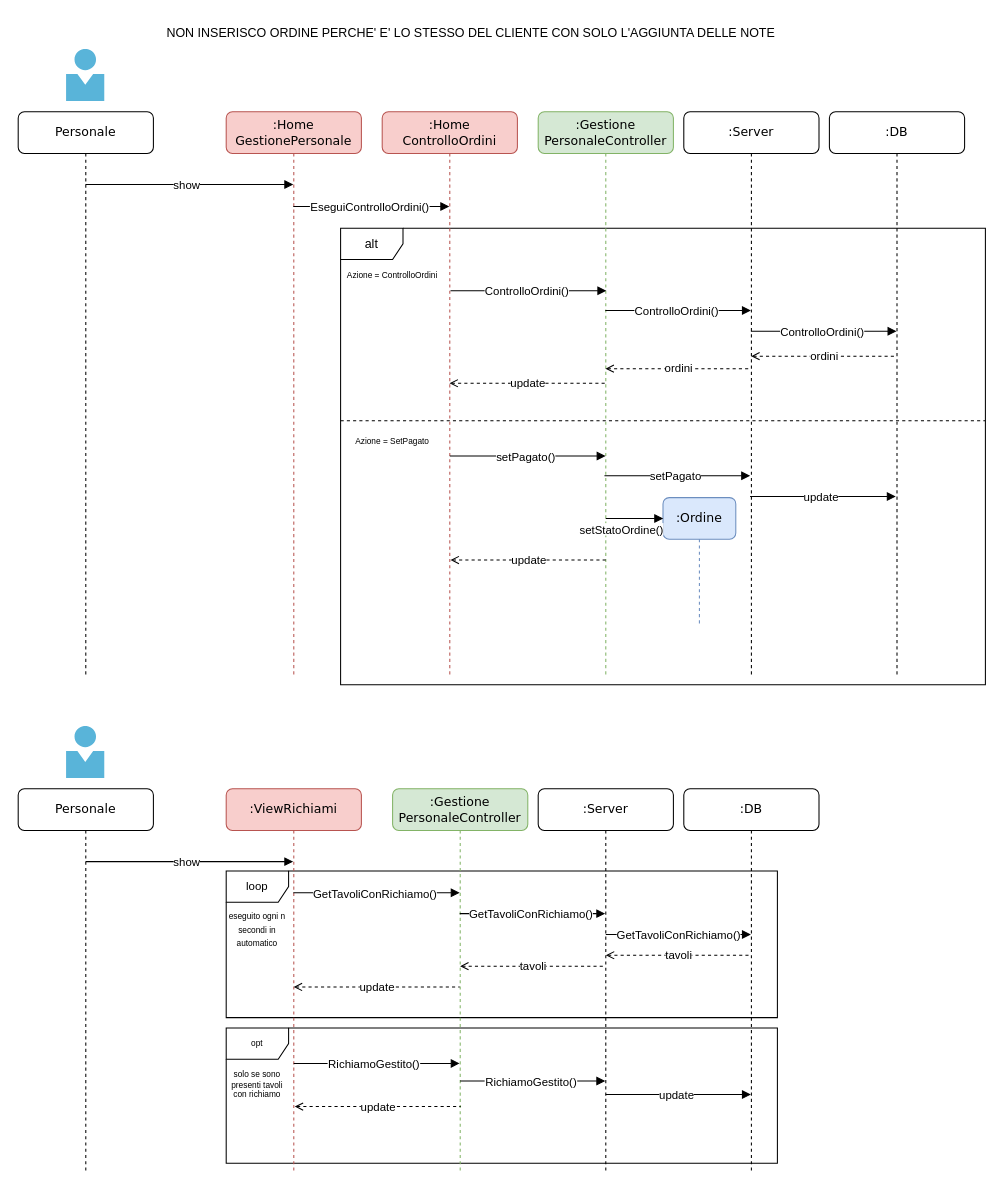
Earlier version of the draw.io diagram page "Personale" (6 of 7) of progettazione/dettaglio/dettaglioSequenza.drawio (Marco-Burattoni/Progetto-ids). Source tidied: cells renumbered, new cells numbered last; positions are measured from the earlier drawing's top-left corner, leaving out a move shared by most shapes. Both pictures are drawn from the tidied source at 104%, with x=0, y=0 at pixel (18, 18).
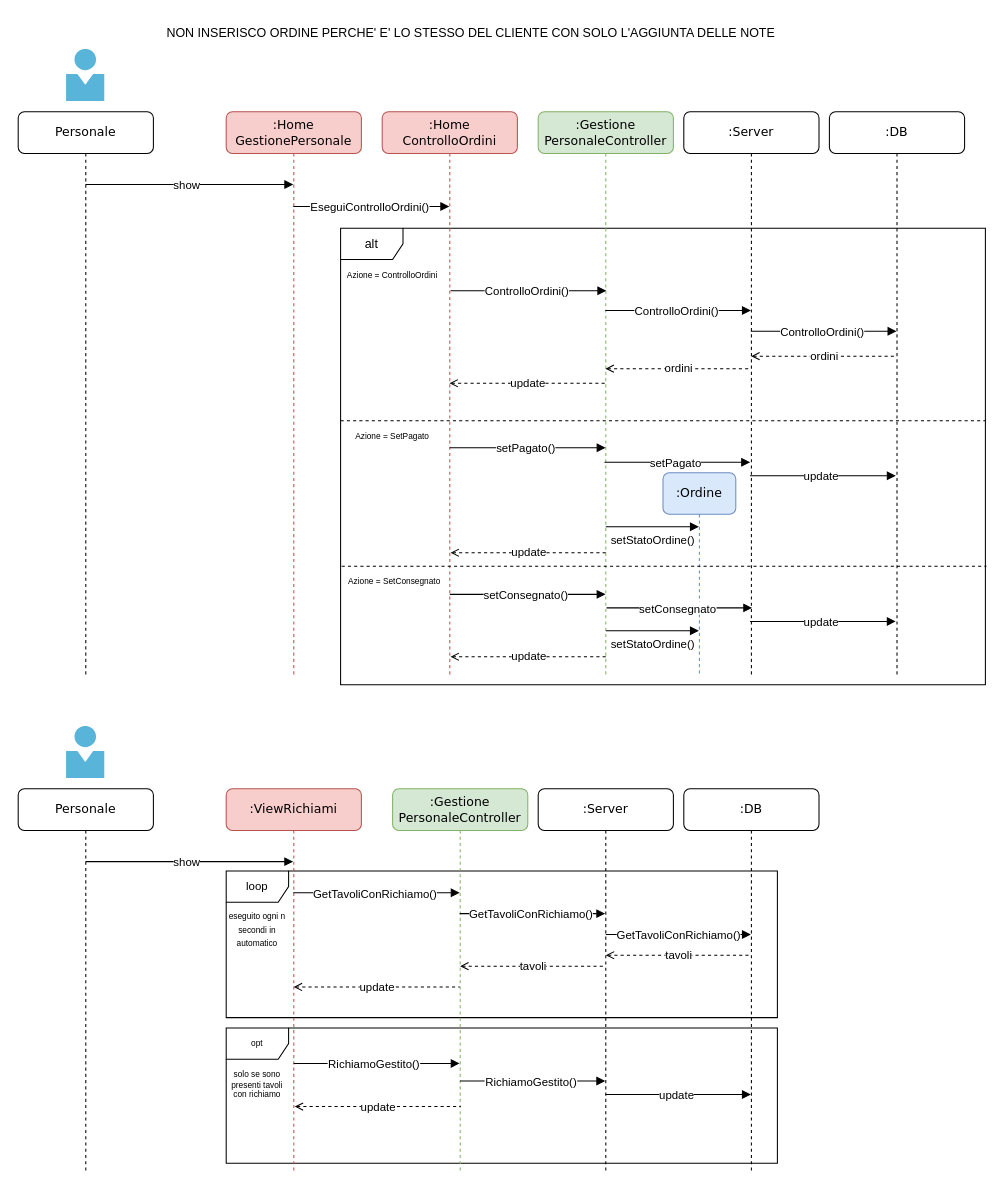
After the change.

The change refers to these unchanged cells:
```xml
<mxCell id="12" value=":Gestione&lt;br&gt;PersonaleController" style="shape=umlLifeline;perimeter=lifelinePerimeter;whiteSpace=wrap;html=1;outlineConnect=0;rounded=1;shadow=0;comic=0;labelBackgroundColor=none;strokeWidth=1;fontFamily=Verdana;fontSize=12;align=center;size=40;fillColor=#d5e8d4;strokeColor=#82b366;" parent="1" vertex="1">
  <mxGeometry x="500" y="90" width="130" height="541" as="geometry" />
</mxCell>
```

The edit, as a diff of the source:
```diff
@@
     <mxCell id="13" value="&lt;font face=&quot;Helvetica&quot;&gt;&lt;span style=&quot;font-size: 11px; background-color: rgb(255, 255, 255);&quot;&gt;setPagato()&lt;/span&gt;&lt;/font&gt;" style="html=1;verticalAlign=bottom;endArrow=block;labelBackgroundColor=none;fontFamily=Verdana;fontSize=12;elbow=vertical;rounded=0;" parent="12" edge="1">
       <mxGeometry x="-0.03" y="-10" relative="1" as="geometry">
-        <mxPoint x="-85" y="331" as="sourcePoint" />
-        <mxPoint x="64.8" y="331" as="targetPoint" />
+        <mxPoint x="-85" y="323" as="sourcePoint" />
+        <mxPoint x="64.8" y="323" as="targetPoint" />
         <Array as="points">
-          <mxPoint x="15.5" y="331" />
+          <mxPoint x="15.5" y="323" />
         </Array>
       </mxGeometry>
     </mxCell>
     <mxCell id="14" value="&lt;font style=&quot;font-size: 11px; background-color: rgb(255, 255, 255);&quot; face=&quot;Helvetica&quot;&gt;setPagato&lt;/font&gt;" style="html=1;verticalAlign=bottom;endArrow=block;labelBackgroundColor=none;fontFamily=Verdana;fontSize=12;elbow=vertical;rounded=0;" parent="12" edge="1">
       <mxGeometry x="-0.03" y="-10" relative="1" as="geometry">
-        <mxPoint x="63.7" y="350" as="sourcePoint" />
-        <mxPoint x="203.8" y="350" as="targetPoint" />
+        <mxPoint x="63.7" y="337" as="sourcePoint" />
+        <mxPoint x="203.8" y="337" as="targetPoint" />
         <Array as="points">
-          <mxPoint x="159.9" y="350" />
+          <mxPoint x="159.9" y="337" />
         </Array>
       </mxGeometry>
     </mxCell>
     <mxCell id="15" value="&lt;font face=&quot;Helvetica&quot;&gt;&lt;span style=&quot;font-size: 11px; background-color: rgb(255, 255, 255);&quot;&gt;update&lt;/span&gt;&lt;/font&gt;" style="html=1;verticalAlign=bottom;endArrow=block;labelBackgroundColor=none;fontFamily=Verdana;fontSize=12;elbow=vertical;rounded=0;" parent="12" edge="1">
       <mxGeometry x="-0.03" y="-10" relative="1" as="geometry">
-        <mxPoint x="203.7" y="370" as="sourcePoint" />
-        <mxPoint x="343.8" y="370" as="targetPoint" />
+        <mxPoint x="203.7" y="350" as="sourcePoint" />
+        <mxPoint x="343.8" y="350" as="targetPoint" />
         <Array as="points">
-          <mxPoint x="295.2" y="370" />
+          <mxPoint x="295.2" y="350" />
         </Array>
       </mxGeometry>
     </mxCell>
@@
     <mxCell id="26" value="&lt;font style=&quot;font-size: 8px;&quot;&gt;Azione = SetPagato&lt;/font&gt;" style="text;html=1;strokeColor=none;fillColor=none;align=center;verticalAlign=middle;whiteSpace=wrap;rounded=0;" parent="1" vertex="1">
-      <mxGeometry x="310" y="391" width="100" height="30" as="geometry" />
+      <mxGeometry x="310" y="386" width="100" height="30" as="geometry" />
     </mxCell>
@@
     <mxCell id="45" value=":Ordine" style="shape=umlLifeline;perimeter=lifelinePerimeter;whiteSpace=wrap;html=1;rounded=1;shadow=0;comic=0;labelBackgroundColor=none;strokeWidth=1;fontFamily=Verdana;fontSize=12;align=center;size=40;fillColor=#dae8fc;strokeColor=#6c8ebf;" parent="1" vertex="1">
-      <mxGeometry x="620" y="461" width="70" height="121" as="geometry" />
+      <mxGeometry x="620" y="437" width="70" height="194" as="geometry" />
     </mxCell>
     <mxCell id="46" value="&lt;font style=&quot;font-size: 11px; background-color: rgb(255, 255, 255);&quot; face=&quot;Helvetica&quot;&gt;setStatoOrdine()&lt;/font&gt;" style="html=1;verticalAlign=bottom;endArrow=block;labelBackgroundColor=none;fontFamily=Verdana;fontSize=12;elbow=vertical;rounded=0;" parent="1" edge="1">
-      <mxGeometry x="-0.46" y="-20" relative="1" as="geometry">
-        <mxPoint x="565" y="481" as="sourcePoint" />
-        <mxPoint x="620.2" y="481" as="targetPoint" />
+      <mxGeometry x="0.01" y="-22" relative="1" as="geometry">
+        <mxPoint x="565" y="489" as="sourcePoint" />
+        <mxPoint x="654.5" y="489" as="targetPoint" />
       </mxGeometry>
     </mxCell>
     <mxCell id="47" value="&lt;font style=&quot;font-size: 11px;&quot;&gt;update&lt;/font&gt;" style="endArrow=none;dashed=1;html=1;rounded=0;fontSize=8;startArrow=open;startFill=0;" parent="1" edge="1">
       <mxGeometry relative="1" as="geometry">
-        <mxPoint x="415.7" y="521" as="sourcePoint" />
-        <mxPoint x="565.5" y="521" as="targetPoint" />
+        <mxPoint x="415.7" y="514" as="sourcePoint" />
+        <mxPoint x="565.5" y="514" as="targetPoint" />
       </mxGeometry>
     </mxCell>
@@
+    <mxCell id="49" style="endArrow=none;dashed=1;html=1;rounded=0;fontSize=11;" parent="1" edge="1">
+      <mxGeometry relative="1" as="geometry">
+        <mxPoint x="311" y="527" as="sourcePoint" />
+        <mxPoint x="931" y="527" as="targetPoint" />
+      </mxGeometry>
+    </mxCell>
+    <mxCell id="50" value="&lt;font style=&quot;font-size: 8px;&quot;&gt;Azione = SetConsegnato&lt;/font&gt;" style="text;html=1;strokeColor=none;fillColor=none;align=center;verticalAlign=middle;whiteSpace=wrap;rounded=0;" parent="1" vertex="1">
+      <mxGeometry x="312" y="526" width="100" height="30" as="geometry" />
+    </mxCell>
+    <mxCell id="51" value="&lt;font face=&quot;Helvetica&quot;&gt;&lt;span style=&quot;font-size: 11px; background-color: rgb(255, 255, 255);&quot;&gt;setConsegnato()&lt;/span&gt;&lt;/font&gt;" style="html=1;verticalAlign=bottom;endArrow=block;labelBackgroundColor=none;fontFamily=Verdana;fontSize=12;elbow=vertical;rounded=0;" parent="1" edge="1">
+      <mxGeometry x="-0.03" y="-10" relative="1" as="geometry">
+        <mxPoint x="415" y="554" as="sourcePoint" />
+        <mxPoint x="564.8" y="554" as="targetPoint" />
+        <Array as="points">
+          <mxPoint x="515.5" y="554" />
+        </Array>
+      </mxGeometry>
+    </mxCell>
+    <mxCell id="52" value="&lt;font style=&quot;font-size: 11px; background-color: rgb(255, 255, 255);&quot; face=&quot;Helvetica&quot;&gt;setConsegnato&lt;/font&gt;" style="html=1;verticalAlign=bottom;endArrow=block;labelBackgroundColor=none;fontFamily=Verdana;fontSize=12;elbow=vertical;rounded=0;" parent="1" edge="1">
+      <mxGeometry x="-0.03" y="-10" relative="1" as="geometry">
+        <mxPoint x="565.7" y="567" as="sourcePoint" />
+        <mxPoint x="705.8" y="567" as="targetPoint" />
+        <Array as="points">
+          <mxPoint x="661.9" y="567" />
+        </Array>
+      </mxGeometry>
+    </mxCell>
+    <mxCell id="53" value="&lt;font face=&quot;Helvetica&quot;&gt;&lt;span style=&quot;font-size: 11px; background-color: rgb(255, 255, 255);&quot;&gt;update&lt;/span&gt;&lt;/font&gt;" style="html=1;verticalAlign=bottom;endArrow=block;labelBackgroundColor=none;fontFamily=Verdana;fontSize=12;elbow=vertical;rounded=0;" parent="1" edge="1">
+      <mxGeometry x="-0.03" y="-10" relative="1" as="geometry">
+        <mxPoint x="703.7" y="580" as="sourcePoint" />
+        <mxPoint x="843.8" y="580" as="targetPoint" />
+        <Array as="points">
+          <mxPoint x="795.2" y="580" />
+        </Array>
+      </mxGeometry>
+    </mxCell>
+    <mxCell id="54" value="&lt;font style=&quot;font-size: 11px; background-color: rgb(255, 255, 255);&quot; face=&quot;Helvetica&quot;&gt;setStatoOrdine()&lt;/font&gt;" style="html=1;verticalAlign=bottom;endArrow=block;labelBackgroundColor=none;fontFamily=Verdana;fontSize=12;elbow=vertical;rounded=0;" parent="1" edge="1">
+      <mxGeometry x="0.01" y="-22" relative="1" as="geometry">
+        <mxPoint x="565" y="589" as="sourcePoint" />
+        <mxPoint x="654.5" y="589" as="targetPoint" />
+      </mxGeometry>
+    </mxCell>
+    <mxCell id="55" value="&lt;font style=&quot;font-size: 11px;&quot;&gt;update&lt;/font&gt;" style="endArrow=none;dashed=1;html=1;rounded=0;fontSize=8;startArrow=open;startFill=0;" parent="1" edge="1">
+      <mxGeometry relative="1" as="geometry">
+        <mxPoint x="415.7" y="614" as="sourcePoint" />
+        <mxPoint x="565.5" y="614" as="targetPoint" />
+      </mxGeometry>
+    </mxCell>
```
